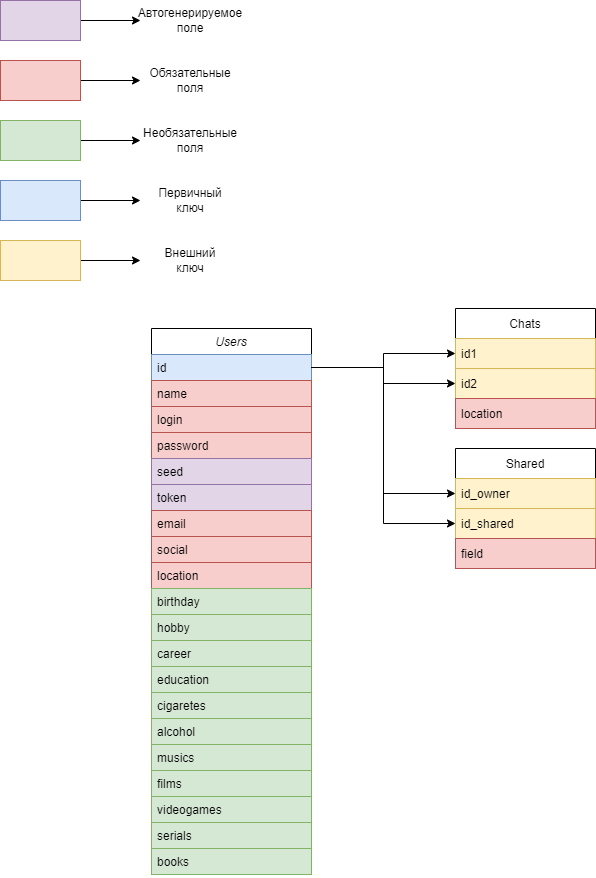
Morugar/say.u keeps this draw.io diagram as db_scheme.png. Above is the earlier version. Source tidied: cells renumbered, new cells last; positions are measured from the earlier drawing's top-left corner, leaving out a move shared by most shapes.
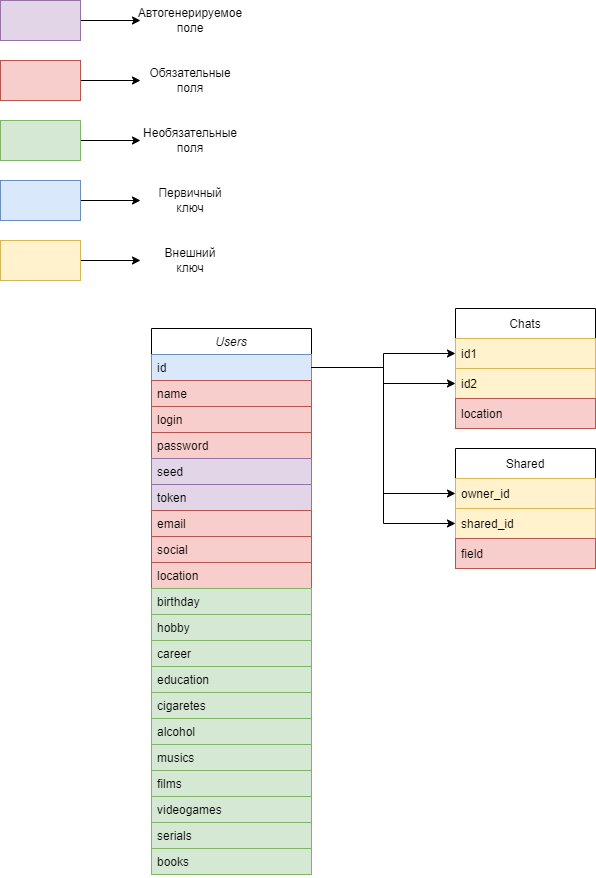
After the change.

The edit, as a diff of the source:
```diff
@@ -91,10 +91,10 @@
     <mxCell id="29" value="Shared" style="swimlane;fontStyle=0;horizontal=1;startSize=30;" parent="1" vertex="1">
       <mxGeometry x="455" y="448" width="140" height="120" as="geometry" />
     </mxCell>
-    <mxCell id="30" value="id_owner" style="text;strokeColor=#d6b656;fillColor=#fff2cc;align=left;verticalAlign=middle;spacingLeft=4;spacingRight=4;overflow=hidden;points=[[0,0.5],[1,0.5]];portConstraint=eastwest;" parent="29" vertex="1">
+    <mxCell id="30" value="owner_id" style="text;strokeColor=#d6b656;fillColor=#fff2cc;align=left;verticalAlign=middle;spacingLeft=4;spacingRight=4;overflow=hidden;points=[[0,0.5],[1,0.5]];portConstraint=eastwest;" parent="29" vertex="1">
       <mxGeometry y="30" width="140" height="30" as="geometry" />
     </mxCell>
-    <mxCell id="31" value="id_shared" style="text;strokeColor=#d6b656;fillColor=#fff2cc;align=left;verticalAlign=middle;spacingLeft=4;spacingRight=4;overflow=hidden;points=[[0,0.5],[1,0.5]];portConstraint=eastwest;" parent="29" vertex="1">
+    <mxCell id="31" value="shared_id" style="text;strokeColor=#d6b656;fillColor=#fff2cc;align=left;verticalAlign=middle;spacingLeft=4;spacingRight=4;overflow=hidden;points=[[0,0.5],[1,0.5]];portConstraint=eastwest;" parent="29" vertex="1">
       <mxGeometry y="60" width="140" height="30" as="geometry" />
     </mxCell>
     <mxCell id="32" value="field" style="text;strokeColor=#b85450;fillColor=#f8cecc;align=left;verticalAlign=middle;spacingLeft=4;spacingRight=4;overflow=hidden;" parent="29" vertex="1">
```
